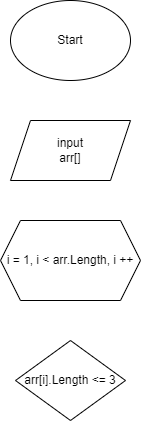
This is block_schema.png from elityaev/gb_final_project, a draw.io export, as it was before one commit. Source tidied: cells renumbered, new cells last; positions are measured from the earlier drawing's top-left corner, leaving out a move shared by most shapes. Source of this version:
```xml
<mxGraphModel>
  <root>
    <mxCell id="0" />
    <mxCell id="1" parent="0" />
    <mxCell id="2" value="Start" style="ellipse;whiteSpace=wrap;html=1;" parent="1" vertex="1">
      <mxGeometry x="10" width="120" height="80" as="geometry" />
    </mxCell>
    <mxCell id="3" value="input&lt;br&gt;arr[]" style="shape=parallelogram;perimeter=parallelogramPerimeter;whiteSpace=wrap;html=1;fixedSize=1;" parent="1" vertex="1">
      <mxGeometry x="10" y="120" width="120" height="60" as="geometry" />
    </mxCell>
    <mxCell id="4" value="arr[i].Length &amp;lt;= 3" style="rhombus;whiteSpace=wrap;html=1;" parent="1" vertex="1">
      <mxGeometry x="15" y="340" width="110" height="80" as="geometry" />
    </mxCell>
    <mxCell id="5" value="i = 1, i &amp;lt; arr.Length, i ++" style="shape=hexagon;perimeter=hexagonPerimeter2;whiteSpace=wrap;html=1;fixedSize=1;" parent="1" vertex="1">
      <mxGeometry y="220" width="140" height="80" as="geometry" />
    </mxCell>
  </root>
</mxGraphModel>
```
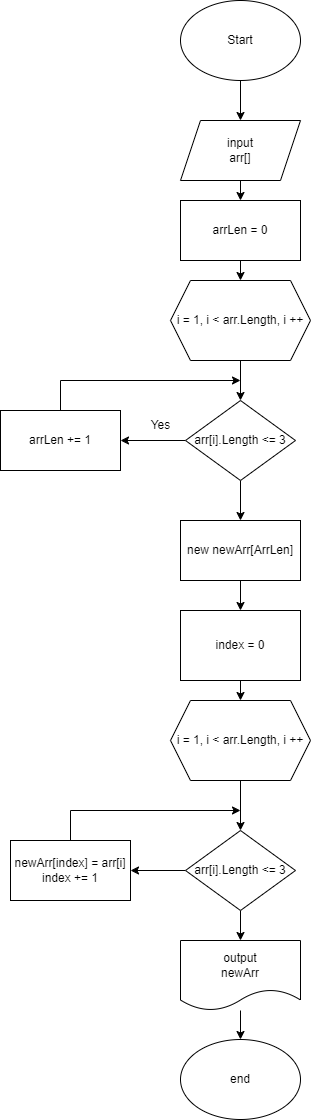
The same file after the commit.

Change to the diagram source:
```diff
@@ -2,17 +2,101 @@
   <root>
     <mxCell id="0" />
     <mxCell id="1" parent="0" />
+    <mxCell id="6" style="edgeStyle=orthogonalEdgeStyle;rounded=0;jettySize=auto;html=1;exitX=0.5;exitY=1;exitDx=0;exitDy=0;entryX=0.5;entryY=0;entryDx=0;entryDy=0;" parent="1" edge="1" source="2" target="3">
+      <mxGeometry relative="1" as="geometry" />
+    </mxCell>
     <mxCell id="2" value="Start" style="ellipse;whiteSpace=wrap;html=1;" parent="1" vertex="1">
       <mxGeometry x="10" width="120" height="80" as="geometry" />
     </mxCell>
+    <mxCell id="7" style="edgeStyle=orthogonalEdgeStyle;rounded=0;jettySize=auto;html=1;exitX=0.5;exitY=1;exitDx=0;exitDy=0;entryX=0.5;entryY=0;entryDx=0;entryDy=0;" parent="1" edge="1" source="3" target="12">
+      <mxGeometry relative="1" as="geometry" />
+    </mxCell>
     <mxCell id="3" value="input&lt;br&gt;arr[]" style="shape=parallelogram;perimeter=parallelogramPerimeter;whiteSpace=wrap;html=1;fixedSize=1;" parent="1" vertex="1">
       <mxGeometry x="10" y="120" width="120" height="60" as="geometry" />
     </mxCell>
+    <mxCell id="8" style="edgeStyle=orthogonalEdgeStyle;rounded=0;jettySize=auto;html=1;exitX=0;exitY=0.5;exitDx=0;exitDy=0;entryX=1;entryY=0.5;entryDx=0;entryDy=0;" parent="1" edge="1" source="4" target="13">
+      <mxGeometry relative="1" as="geometry" />
+    </mxCell>
+    <mxCell id="9" style="edgeStyle=orthogonalEdgeStyle;rounded=0;jettySize=auto;html=1;" parent="1" edge="1" source="4" target="16">
+      <mxGeometry relative="1" as="geometry" />
+    </mxCell>
     <mxCell id="4" value="arr[i].Length &amp;lt;= 3" style="rhombus;whiteSpace=wrap;html=1;" parent="1" vertex="1">
-      <mxGeometry x="15" y="340" width="110" height="80" as="geometry" />
+      <mxGeometry x="15" y="400" width="110" height="80" as="geometry" />
     </mxCell>
+    <mxCell id="10" style="edgeStyle=orthogonalEdgeStyle;rounded=0;jettySize=auto;html=1;exitX=0.5;exitY=1;exitDx=0;exitDy=0;" parent="1" edge="1" source="5">
+      <mxGeometry relative="1" as="geometry">
+        <mxPoint x="70" y="400" as="targetPoint" />
+      </mxGeometry>
+    </mxCell>
     <mxCell id="5" value="i = 1, i &amp;lt; arr.Length, i ++" style="shape=hexagon;perimeter=hexagonPerimeter2;whiteSpace=wrap;html=1;fixedSize=1;" parent="1" vertex="1">
-      <mxGeometry y="220" width="140" height="80" as="geometry" />
+      <mxGeometry y="280" width="140" height="80" as="geometry" />
     </mxCell>
+    <mxCell id="11" style="edgeStyle=orthogonalEdgeStyle;rounded=0;jettySize=auto;html=1;exitX=0.5;exitY=1;exitDx=0;exitDy=0;entryX=0.5;entryY=0;entryDx=0;entryDy=0;" parent="1" edge="1" source="12" target="5">
+      <mxGeometry relative="1" as="geometry" />
+    </mxCell>
+    <mxCell id="12" value="arrLen = 0" style="rounded=0;whiteSpace=wrap;html=1;" parent="1" vertex="1">
+      <mxGeometry x="10" y="200" width="120" height="60" as="geometry" />
+    </mxCell>
+    <mxCell id="13" value="arrLen += 1" style="rounded=0;whiteSpace=wrap;html=1;" parent="1" vertex="1">
+      <mxGeometry x="-170" y="410" width="120" height="60" as="geometry" />
+    </mxCell>
+    <mxCell id="14" value="Yes" style="text;html=1;align=center;verticalAlign=middle;strokeColor=none;fillColor=none;" parent="1" vertex="1">
+      <mxGeometry x="-30" y="410" width="40" height="30" as="geometry" />
+    </mxCell>
+    <mxCell id="15" style="edgeStyle=orthogonalEdgeStyle;rounded=0;jettySize=auto;html=1;exitX=0.5;exitY=1;exitDx=0;exitDy=0;entryX=0.5;entryY=0;entryDx=0;entryDy=0;" parent="1" edge="1" source="16" target="24">
+      <mxGeometry relative="1" as="geometry" />
+    </mxCell>
+    <mxCell id="16" value="new newArr[ArrLen]" style="rounded=0;whiteSpace=wrap;html=1;" parent="1" vertex="1">
+      <mxGeometry x="10" y="520" width="120" height="60" as="geometry" />
+    </mxCell>
+    <mxCell id="17" style="edgeStyle=orthogonalEdgeStyle;rounded=0;jettySize=auto;html=1;exitX=0;exitY=0.5;exitDx=0;exitDy=0;entryX=1;entryY=0.5;entryDx=0;entryDy=0;" parent="1" edge="1" source="19" target="22">
+      <mxGeometry relative="1" as="geometry" />
+    </mxCell>
+    <mxCell id="18" style="edgeStyle=orthogonalEdgeStyle;rounded=0;jettySize=auto;html=1;exitX=0.5;exitY=1;exitDx=0;exitDy=0;entryX=0.5;entryY=0;entryDx=0;entryDy=0;endArrow=classic;endFill=1;" parent="1" edge="1" source="19" target="28">
+      <mxGeometry relative="1" as="geometry" />
+    </mxCell>
+    <mxCell id="19" value="arr[i].Length &amp;lt;= 3" style="rhombus;whiteSpace=wrap;html=1;" parent="1" vertex="1">
+      <mxGeometry x="15" y="830" width="110" height="80" as="geometry" />
+    </mxCell>
+    <mxCell id="20" style="edgeStyle=orthogonalEdgeStyle;rounded=0;jettySize=auto;html=1;exitX=0.5;exitY=1;exitDx=0;exitDy=0;entryX=0.5;entryY=0;entryDx=0;entryDy=0;endArrow=classic;endFill=1;" parent="1" edge="1" source="21" target="19">
+      <mxGeometry relative="1" as="geometry" />
+    </mxCell>
+    <mxCell id="21" value="i = 1, i &amp;lt; arr.Length, i ++" style="shape=hexagon;perimeter=hexagonPerimeter2;whiteSpace=wrap;html=1;fixedSize=1;" parent="1" vertex="1">
+      <mxGeometry y="700" width="140" height="80" as="geometry" />
+    </mxCell>
+    <mxCell id="22" value="newArr[index] = arr[i]&lt;br&gt;index += 1" style="rounded=0;whiteSpace=wrap;html=1;" parent="1" vertex="1">
+      <mxGeometry x="-160" y="840" width="120" height="60" as="geometry" />
+    </mxCell>
+    <mxCell id="23" style="edgeStyle=orthogonalEdgeStyle;rounded=0;jettySize=auto;html=1;exitX=0.5;exitY=1;exitDx=0;exitDy=0;entryX=0.5;entryY=0;entryDx=0;entryDy=0;" parent="1" edge="1" source="24" target="21">
+      <mxGeometry relative="1" as="geometry" />
+    </mxCell>
+    <mxCell id="24" value="index = 0" style="rounded=0;whiteSpace=wrap;html=1;" parent="1" vertex="1">
+      <mxGeometry x="10" y="610" width="120" height="70" as="geometry" />
+    </mxCell>
+    <mxCell id="25" style="endArrow=classic;html=1;rounded=0;exitX=0.5;exitY=0;exitDx=0;exitDy=0;endFill=1;" parent="1" edge="1" source="22">
+      <mxGeometry relative="1" as="geometry">
+        <mxPoint x="70" y="810" as="targetPoint" />
+        <Array as="points">
+          <mxPoint x="-100" y="810" />
+        </Array>
+      </mxGeometry>
+    </mxCell>
+    <mxCell id="26" style="endArrow=classic;html=1;rounded=0;exitX=0.5;exitY=0;exitDx=0;exitDy=0;" parent="1" edge="1" source="13">
+      <mxGeometry relative="1" as="geometry">
+        <mxPoint x="70" y="380" as="targetPoint" />
+        <Array as="points">
+          <mxPoint x="-110" y="380" />
+        </Array>
+      </mxGeometry>
+    </mxCell>
+    <mxCell id="27" style="edgeStyle=orthogonalEdgeStyle;rounded=0;jettySize=auto;html=1;entryX=0.5;entryY=0;entryDx=0;entryDy=0;endArrow=classic;endFill=1;" parent="1" edge="1" source="28" target="29">
+      <mxGeometry relative="1" as="geometry" />
+    </mxCell>
+    <mxCell id="28" value="output&lt;br&gt;newArr" style="shape=document;whiteSpace=wrap;html=1;boundedLbl=1;" parent="1" vertex="1">
+      <mxGeometry x="10" y="940" width="120" height="70" as="geometry" />
+    </mxCell>
+    <mxCell id="29" value="end" style="ellipse;whiteSpace=wrap;html=1;" parent="1" vertex="1">
+      <mxGeometry x="10" y="1039" width="120" height="80" as="geometry" />
+    </mxCell>
   </root>
 </mxGraphModel>
```
